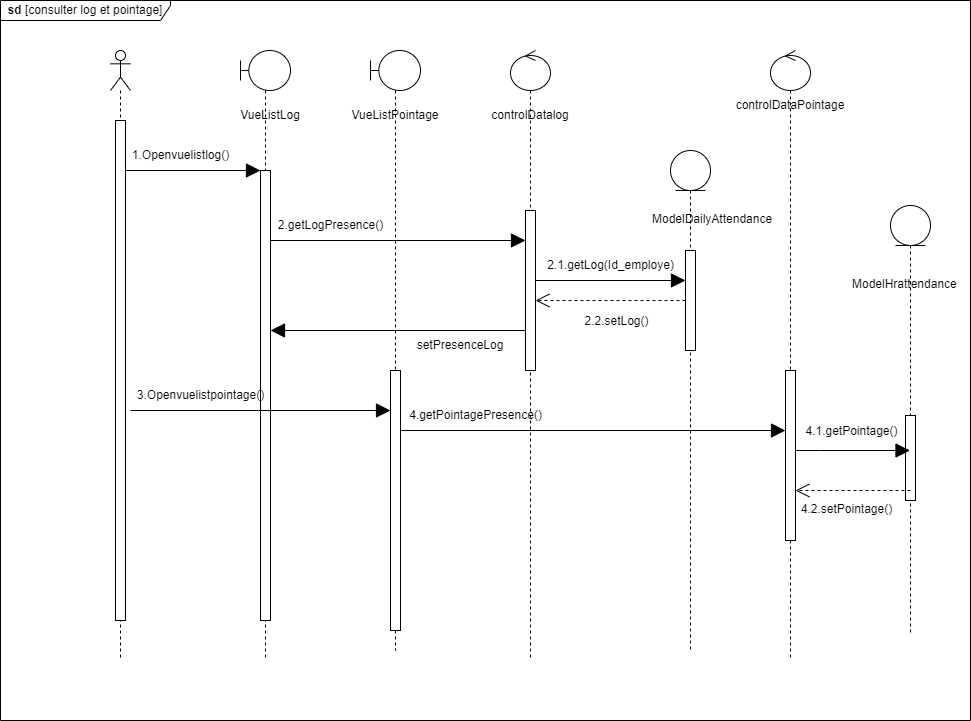
This is static/Diagramme des séquences conceptuel  log et pointage .drawio.png from Siluearsene/borne_biometrique, a draw.io export, as it was before one commit. Source tidied: cells renumbered, new cells last; positions are measured from the earlier drawing's top-left corner, leaving out a move shared by most shapes.
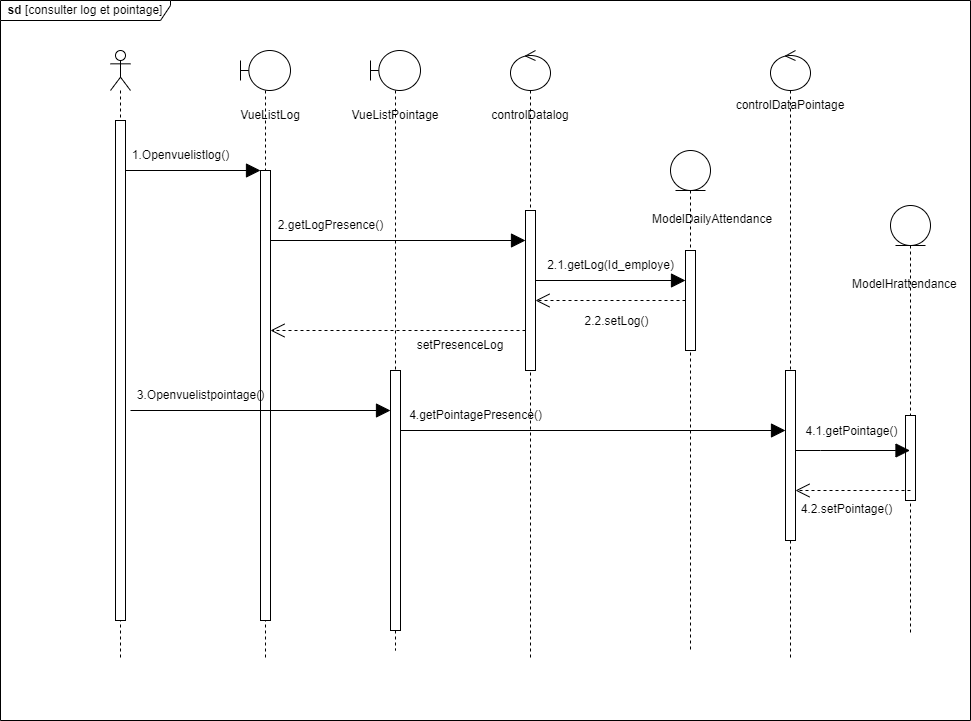
The same file after the commit.

Commit message:
Mettre à jour Diagramme des séquences conceptuel  log et pointage .drawio.png

What changed in the source:
```diff
@@ -80,12 +80,6 @@
         <mxPoint x="8" y="15" as="offset" />
       </mxGeometry>
     </mxCell>
-    <mxCell id="25" style="endArrow=block;endFill=1;endSize=12;html=1;rounded=0;" parent="1" edge="1">
-      <mxGeometry relative="1" as="geometry">
-        <mxPoint x="525" y="330" as="sourcePoint" />
-        <mxPoint x="270" y="330" as="targetPoint" />
-      </mxGeometry>
-    </mxCell>
     <mxCell id="26" value="setPresenceLog" style="text;html=1;strokeColor=none;fillColor=none;align=center;verticalAlign=middle;whiteSpace=wrap;rounded=0;" parent="1" vertex="1">
       <mxGeometry x="430" y="330" width="60" height="30" as="geometry" />
     </mxCell>
@@ -145,5 +139,10 @@
         <mxPoint x="-5" y="-2" as="offset" />
       </mxGeometry>
     </mxCell>
+    <mxCell id="41" style="endArrow=open;dashed=1;endFill=0;endSize=12;html=1;rounded=0;" parent="1" edge="1" target="3">
+      <mxGeometry relative="1" as="geometry">
+        <mxPoint x="525" y="330" as="sourcePoint" />
+      </mxGeometry>
+    </mxCell>
   </root>
 </mxGraphModel>
```
